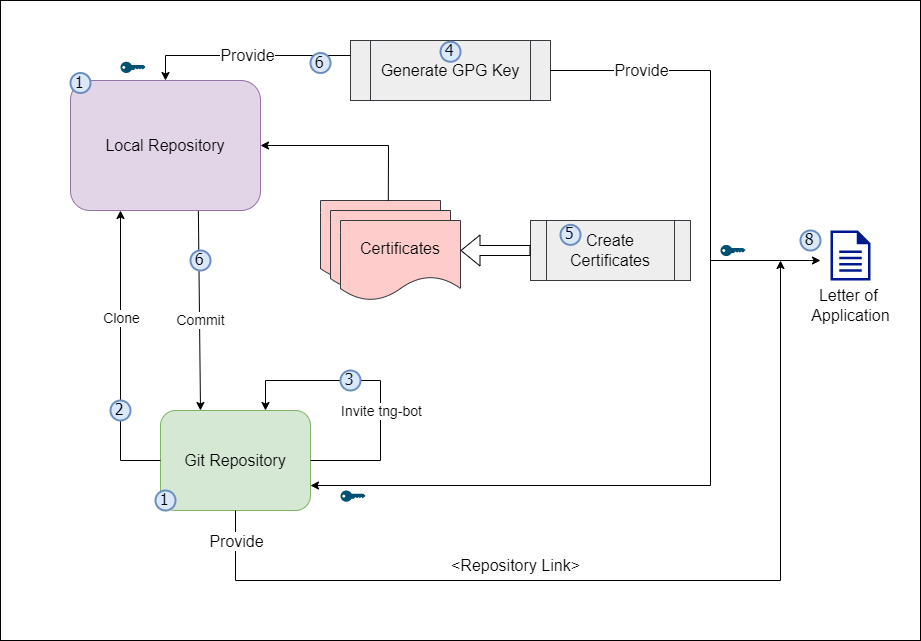
WorldHealthOrganization/smart-trust keeps this draw.io diagram as input/images/Onboarding Process.drawio.png. Above is the earlier version. Source tidied: cells renumbered, new cells last; positions are measured from the earlier drawing's top-left corner, leaving out a move shared by most shapes.
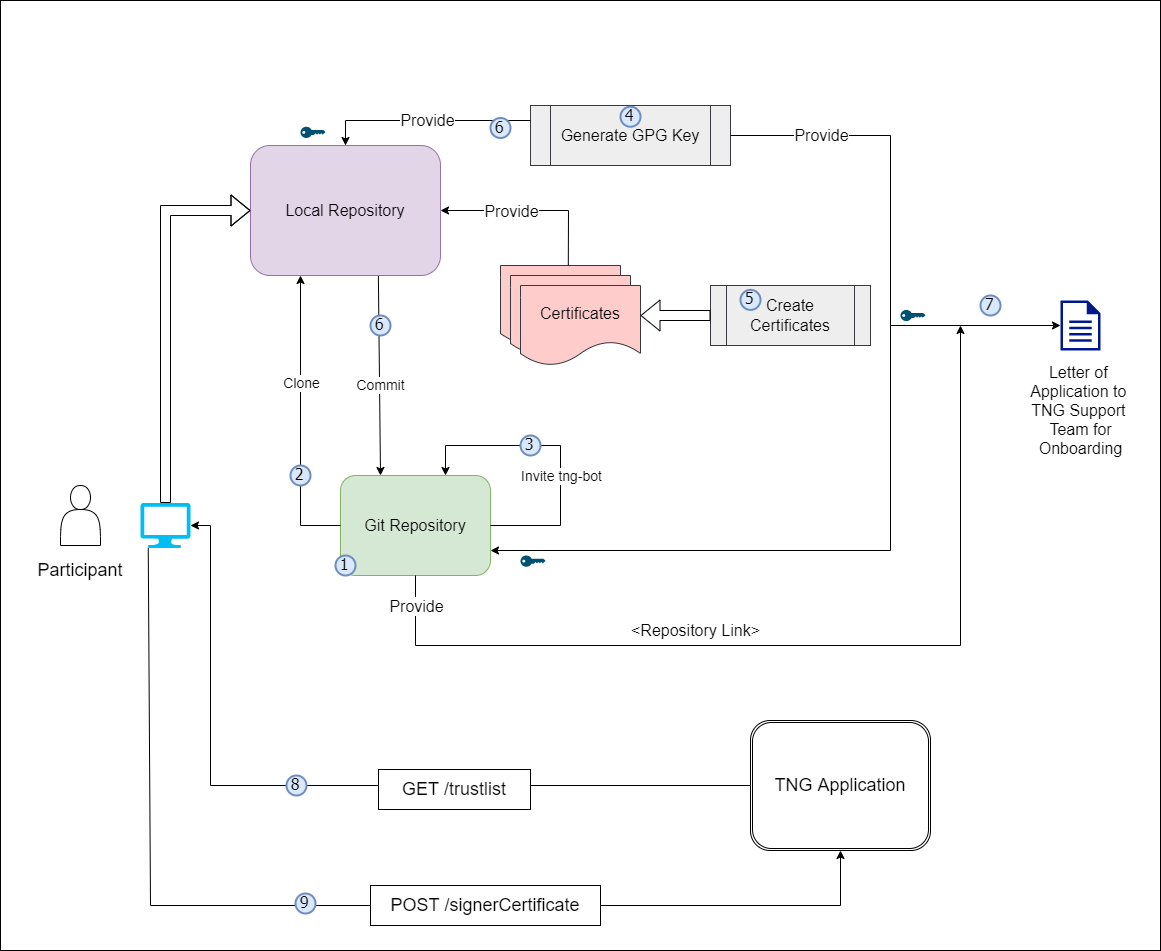
The same file after the commit.

What changed in the source:
```diff
@@ -2,8 +2,11 @@
   <root>
     <mxCell id="0" />
     <mxCell id="1" parent="0" />
+    <mxCell id="41" style="rounded=1;whiteSpace=wrap;html=1;fontSize=18;" parent="1" vertex="1">
+      <mxGeometry x="20" y="-20" width="840" height="650" as="geometry" />
+    </mxCell>
     <mxCell id="2" style="rounded=0;whiteSpace=wrap;html=1;fontSize=16;fillColor=default;gradientColor=none;" parent="1" vertex="1">
-      <mxGeometry width="920" height="640" as="geometry" />
+      <mxGeometry x="-180" y="-65" width="1160" height="950" as="geometry" />
     </mxCell>
     <mxCell id="3" value="Generate GPG Key" style="shape=process;whiteSpace=wrap;html=1;backgroundOutline=1;fontSize=16;fillColor=#eeeeee;strokeColor=#36393d;" parent="1" vertex="1">
       <mxGeometry x="350" y="40" width="200" height="60" as="geometry" />
@@ -78,13 +81,15 @@
         </Array>
       </mxGeometry>
     </mxCell>
+    <mxCell id="42" value="&lt;span style=&quot;color: rgba(0, 0, 0, 0); font-family: monospace; font-size: 0px; text-align: start; background-color: rgb(248, 249, 250);&quot;&gt;%3CmxGraphModel%3E%3Croot%3E%3CmxCell%20id%3D%220%22%2F%3E%3CmxCell%20id%3D%221%22%20parent%3D%220%22%2F%3E%3CmxCell%20id%3D%222%22%20value%3D%22Provide%22%20style%3D%22edgeLabel%3Bhtml%3D1%3Balign%3Dcenter%3BverticalAlign%3Dmiddle%3Bresizable%3D0%3Bpoints%3D%5B%5D%3BfontSize%3D16%3B%22%20vertex%3D%221%22%20connectable%3D%220%22%20parent%3D%221%22%3E%3CmxGeometry%20x%3D%22296%22%20y%3D%2234%22%20as%3D%22geometry%22%2F%3E%3C%2FmxCell%3E%3C%2Froot%3E%3C%2FmxGraphModel%3EP&lt;/span&gt;" style="edgeLabel;html=1;align=center;verticalAlign=middle;" parent="18" vertex="1">
+      <mxGeometry x="0.17" relative="1" as="geometry" />
+    </mxCell>
     <mxCell id="19" style="verticalLabelPosition=bottom;sketch=0;html=1;verticalAlign=top;align=center;shape=mxgraph.cisco19.key;fillColor=#005073;strokeColor=none;" parent="1" vertex="1">
       <mxGeometry x="720" y="244.4" width="25" height="11.2" as="geometry" />
     </mxCell>
-    <mxCell id="20" style="endArrow=classic;html=1;rounded=0;" parent="1" edge="1">
+    <mxCell id="20" style="endArrow=classic;html=1;rounded=0;entryX=0;entryY=0.5;entryDx=0;entryDy=0;entryPerimeter=0;" parent="1" edge="1" target="23">
       <mxGeometry relative="1" as="geometry">
         <mxPoint x="710" y="260" as="sourcePoint" />
-        <mxPoint x="820" y="260" as="targetPoint" />
       </mxGeometry>
     </mxCell>
     <mxCell id="21" style="endArrow=classic;html=1;rounded=0;exitX=0.5;exitY=1;exitDx=0;exitDy=0;" parent="1" edge="1" source="5">
@@ -102,7 +107,7 @@
       </mxGeometry>
     </mxCell>
     <mxCell id="23" style="sketch=0;shadow=0;dashed=0;html=1;strokeColor=none;labelPosition=center;verticalLabelPosition=bottom;verticalAlign=top;align=center;fillColor=#00188D;shape=mxgraph.mscae.enterprise.document;" parent="1" vertex="1">
-      <mxGeometry x="830" y="230" width="40" height="50" as="geometry" />
+      <mxGeometry x="880" y="235" width="40" height="50" as="geometry" />
     </mxCell>
     <mxCell id="24" value="Create Certificates" style="shape=process;whiteSpace=wrap;html=1;backgroundOutline=1;fontSize=16;fillColor=#eeeeee;strokeColor=#36393d;" parent="1" vertex="1">
       <mxGeometry x="530" y="220" width="160" height="60" as="geometry" />
@@ -129,12 +134,9 @@
     <mxCell id="30" value="&amp;lt;Repository Link&amp;gt;" style="text;html=1;align=center;verticalAlign=middle;strokeColor=none;fillColor=none;fontSize=16;" parent="1" vertex="1">
       <mxGeometry x="440" y="550" width="150" height="30" as="geometry" />
     </mxCell>
-    <mxCell id="31" value="Letter of&amp;nbsp;&lt;br&gt;Application" style="text;html=1;align=center;verticalAlign=middle;strokeColor=none;fillColor=none;fontSize=16;" parent="1" vertex="1">
-      <mxGeometry x="800" y="280" width="100" height="50" as="geometry" />
+    <mxCell id="31" value="Letter of&amp;nbsp;&lt;br&gt;Application to &lt;br&gt;TNG Support &lt;br&gt;Team for&lt;br&gt;Onboarding" style="text;html=1;align=center;verticalAlign=middle;strokeColor=none;fillColor=none;fontSize=16;" parent="1" vertex="1">
+      <mxGeometry x="840" y="290" width="120" height="110" as="geometry" />
     </mxCell>
-    <mxCell id="32" value="1" style="ellipse;whiteSpace=wrap;html=1;strokeWidth=2;fontFamily=Tahoma;spacingBottom=4;spacingRight=2;strokeColor=#6c8ebf;fontSize=16;fillColor=#dae8fc;" parent="1" vertex="1">
-      <mxGeometry x="70" y="72.5" width="20" height="20" as="geometry" />
-    </mxCell>
     <mxCell id="33" value="2" style="ellipse;whiteSpace=wrap;html=1;strokeWidth=2;fontFamily=Tahoma;spacingBottom=4;spacingRight=2;strokeColor=#6c8ebf;fontSize=16;fillColor=#dae8fc;" parent="1" vertex="1">
       <mxGeometry x="110" y="400" width="20" height="20" as="geometry" />
     </mxCell>
@@ -150,7 +152,7 @@
     <mxCell id="37" value="6" style="ellipse;whiteSpace=wrap;html=1;strokeWidth=2;fontFamily=Tahoma;spacingBottom=4;spacingRight=2;strokeColor=#6c8ebf;fontSize=16;fillColor=#dae8fc;" parent="1" vertex="1">
       <mxGeometry x="310" y="52.5" width="20" height="20" as="geometry" />
     </mxCell>
-    <mxCell id="38" value="8" style="ellipse;whiteSpace=wrap;html=1;strokeWidth=2;fontFamily=Tahoma;spacingBottom=4;spacingRight=2;strokeColor=#6c8ebf;fontSize=16;fillColor=#dae8fc;" parent="1" vertex="1">
+    <mxCell id="38" value="7" style="ellipse;whiteSpace=wrap;html=1;strokeWidth=2;fontFamily=Tahoma;spacingBottom=4;spacingRight=2;strokeColor=#6c8ebf;fontSize=16;fillColor=#dae8fc;" parent="1" vertex="1">
       <mxGeometry x="800" y="230" width="20" height="20" as="geometry" />
     </mxCell>
     <mxCell id="39" value="6" style="ellipse;whiteSpace=wrap;html=1;strokeWidth=2;fontFamily=Tahoma;spacingBottom=4;spacingRight=2;strokeColor=#6c8ebf;fontSize=16;fillColor=#dae8fc;" parent="1" vertex="1">
@@ -159,5 +161,55 @@
     <mxCell id="40" value="1" style="ellipse;whiteSpace=wrap;html=1;strokeWidth=2;fontFamily=Tahoma;spacingBottom=4;spacingRight=2;strokeColor=#6c8ebf;fontSize=16;fillColor=#dae8fc;" parent="1" vertex="1">
       <mxGeometry x="155" y="490" width="20" height="20" as="geometry" />
     </mxCell>
+    <mxCell id="43" value="Provide" style="edgeLabel;html=1;align=center;verticalAlign=middle;fontSize=16;" parent="1" vertex="1">
+      <mxGeometry x="330" y="145" as="geometry" />
+    </mxCell>
+    <mxCell id="44" style="shape=actor;whiteSpace=wrap;html=1;" parent="1" vertex="1">
+      <mxGeometry x="-120" y="420" width="40" height="60" as="geometry" />
+    </mxCell>
+    <mxCell id="45" value="&lt;font style=&quot;font-size: 18px;&quot;&gt;Participant&lt;/font&gt;" style="text;html=1;strokeColor=none;fillColor=none;align=center;verticalAlign=middle;whiteSpace=wrap;rounded=0;" parent="1" vertex="1">
+      <mxGeometry x="-130" y="490" width="60" height="30" as="geometry" />
+    </mxCell>
+    <mxCell id="46" style="verticalLabelPosition=bottom;html=1;verticalAlign=top;align=center;strokeColor=none;fillColor=#00BEF2;shape=mxgraph.azure.computer;fontSize=18;" parent="1" vertex="1">
+      <mxGeometry x="-40" y="437.5" width="50" height="45" as="geometry" />
+    </mxCell>
+    <mxCell id="47" style="shape=flexArrow;endArrow=classic;html=1;rounded=0;fontSize=18;exitX=0.5;exitY=0;exitDx=0;exitDy=0;exitPerimeter=0;entryX=0;entryY=0.5;entryDx=0;entryDy=0;" parent="1" edge="1" source="46" target="4">
+      <mxGeometry relative="1" as="geometry">
+        <Array as="points">
+          <mxPoint x="-15" y="145" />
+        </Array>
+      </mxGeometry>
+    </mxCell>
+    <mxCell id="48" style="endArrow=none;startArrow=classic;html=1;rounded=0;fontSize=18;entryX=0;entryY=0.5;entryDx=0;entryDy=0;exitX=1;exitY=0.5;exitDx=0;exitDy=0;exitPerimeter=0;endFill=0;" parent="1" edge="1" source="46" target="51">
+      <mxGeometry relative="1" as="geometry">
+        <Array as="points">
+          <mxPoint x="30" y="460" />
+          <mxPoint x="30" y="720" />
+        </Array>
+      </mxGeometry>
+    </mxCell>
+    <mxCell id="49" value="GET /trustlist" style="rounded=0;whiteSpace=wrap;html=1;fontSize=18;" parent="1" vertex="1">
+      <mxGeometry x="198" y="704" width="152" height="40" as="geometry" />
+    </mxCell>
+    <mxCell id="50" value="8" style="ellipse;whiteSpace=wrap;html=1;strokeWidth=2;fontFamily=Tahoma;spacingBottom=4;spacingRight=2;strokeColor=#6c8ebf;fontSize=16;fillColor=#dae8fc;" parent="1" vertex="1">
+      <mxGeometry x="106" y="710" width="20" height="20" as="geometry" />
+    </mxCell>
+    <mxCell id="51" value="TNG Application" style="shape=ext;double=1;rounded=1;whiteSpace=wrap;html=1;fontSize=18;" parent="1" vertex="1">
+      <mxGeometry x="570" y="655" width="180" height="130" as="geometry" />
+    </mxCell>
+    <mxCell id="52" style="endArrow=classic;html=1;rounded=0;exitX=0.155;exitY=1;exitDx=0;exitDy=0;exitPerimeter=0;entryX=0.5;entryY=1;entryDx=0;entryDy=0;" parent="1" edge="1" source="46" target="51">
+      <mxGeometry relative="1" as="geometry">
+        <Array as="points">
+          <mxPoint x="-30" y="840" />
+          <mxPoint x="660" y="840" />
+        </Array>
+      </mxGeometry>
+    </mxCell>
+    <mxCell id="53" value="POST /signerCertificate" style="rounded=0;whiteSpace=wrap;html=1;fontSize=18;" parent="1" vertex="1">
+      <mxGeometry x="190" y="820" width="230" height="40" as="geometry" />
+    </mxCell>
+    <mxCell id="54" value="9" style="ellipse;whiteSpace=wrap;html=1;strokeWidth=2;fontFamily=Tahoma;spacingBottom=4;spacingRight=2;strokeColor=#6c8ebf;fontSize=16;fillColor=#dae8fc;" parent="1" vertex="1">
+      <mxGeometry x="115" y="828" width="20" height="20" as="geometry" />
+    </mxCell>
   </root>
 </mxGraphModel>
```
